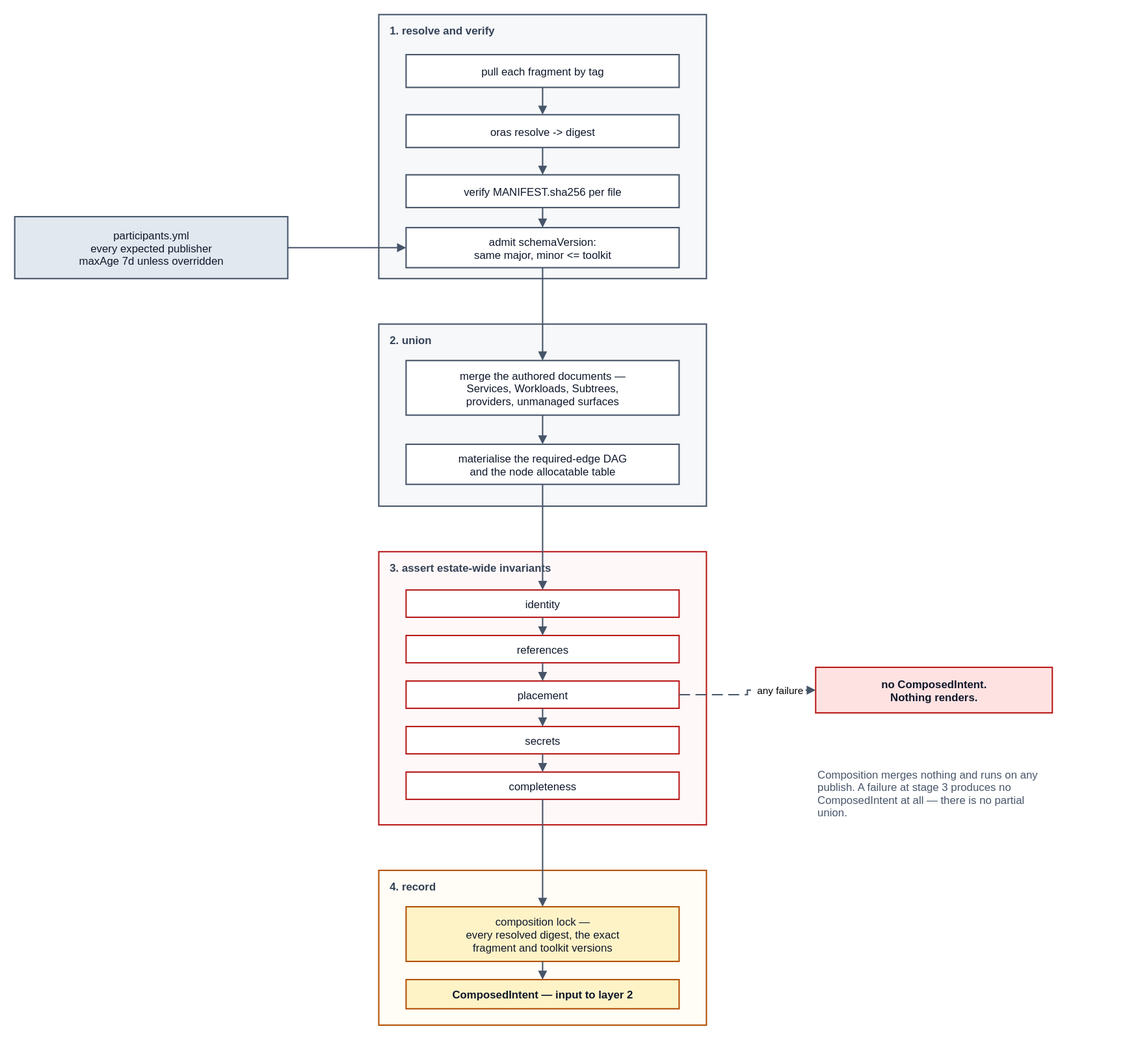
Before: spec/v1/diagrams/40-composition-run.drawio.svg, a diagram exported from draw.io (JorisJonkers-dev/deploy-kit). Source tidied: cells renumbered, new cells last; positions are measured from the earlier drawing's top-left corner, leaving out a move shared by most shapes. Source of this version:
```xml
<mxGraphModel>
  <root>
    <mxCell id="0" />
    <mxCell id="1" parent="0" />
    <mxCell id="2" value="1.  resolve and verify" style="rounded=0;whiteSpace=nowrap;html=0;fillColor=#f6f8fa;strokeColor=#475569;strokeWidth=1.5;verticalAlign=top;align=left;spacingLeft=10;spacingTop=4;fontStyle=1;fontSize=12;fontFamily=Helvetica;fontColor=#334155;" parent="1" vertex="1">
      <mxGeometry x="400" width="360" height="290" as="geometry" />
    </mxCell>
    <mxCell id="3" value="2.  union" style="rounded=0;whiteSpace=nowrap;html=0;fillColor=#f6f8fa;strokeColor=#475569;strokeWidth=1.5;verticalAlign=top;align=left;spacingLeft=10;spacingTop=4;fontStyle=1;fontSize=12;fontFamily=Helvetica;fontColor=#334155;" parent="1" vertex="1">
      <mxGeometry x="400" y="340" width="360" height="200" as="geometry" />
    </mxCell>
    <mxCell id="4" value="3.  assert estate-wide invariants" style="rounded=0;whiteSpace=nowrap;html=0;fillColor=#fff8f8;strokeColor=#b91c1c;strokeWidth=1.5;verticalAlign=top;align=left;spacingLeft=10;spacingTop=4;fontStyle=1;fontSize=12;fontFamily=Helvetica;fontColor=#334155;" parent="1" vertex="1">
      <mxGeometry x="400" y="590" width="360" height="300" as="geometry" />
    </mxCell>
    <mxCell id="5" value="4.  record" style="rounded=0;whiteSpace=nowrap;html=0;fillColor=#fffdf5;strokeColor=#b45309;strokeWidth=1.5;verticalAlign=top;align=left;spacingLeft=10;spacingTop=4;fontStyle=1;fontSize=12;fontFamily=Helvetica;fontColor=#334155;" parent="1" vertex="1">
      <mxGeometry x="400" y="940" width="360" height="170" as="geometry" />
    </mxCell>
    <mxCell id="6" value="pull each fragment by tag" style="rounded=0;whiteSpace=nowrap;html=0;align=center;verticalAlign=middle;fillColor=#ffffff;strokeColor=#475569;strokeWidth=1.5;fontFamily=Helvetica;fontSize=12;fontColor=#0f172a;" parent="1" vertex="1">
      <mxGeometry x="430" y="44" width="300" height="36" as="geometry" />
    </mxCell>
    <mxCell id="7" value="oras resolve  -&gt;  digest" style="rounded=0;whiteSpace=nowrap;html=0;align=center;verticalAlign=middle;fillColor=#ffffff;strokeColor=#475569;strokeWidth=1.5;fontFamily=Helvetica;fontSize=12;fontColor=#0f172a;" parent="1" vertex="1">
      <mxGeometry x="430" y="110" width="300" height="36" as="geometry" />
    </mxCell>
    <mxCell id="8" value="verify MANIFEST.sha256 per file" style="rounded=0;whiteSpace=nowrap;html=0;align=center;verticalAlign=middle;fillColor=#ffffff;strokeColor=#475569;strokeWidth=1.5;fontFamily=Helvetica;fontSize=12;fontColor=#0f172a;" parent="1" vertex="1">
      <mxGeometry x="430" y="176" width="300" height="36" as="geometry" />
    </mxCell>
    <mxCell id="9" value="admit schemaVersion:&#10;same major, minor &lt;= toolkit" style="rounded=0;whiteSpace=nowrap;html=0;align=center;verticalAlign=middle;fillColor=#ffffff;strokeColor=#475569;strokeWidth=1.5;fontFamily=Helvetica;fontSize=12;fontColor=#0f172a;" parent="1" vertex="1">
      <mxGeometry x="430" y="234" width="300" height="44" as="geometry" />
    </mxCell>
    <mxCell id="10" value="merge the authored documents  —&#10;Services, Workloads, Subtrees,&#10;providers, unmanaged surfaces" style="rounded=0;whiteSpace=nowrap;html=0;align=center;verticalAlign=middle;fillColor=#ffffff;strokeColor=#475569;strokeWidth=1.5;fontFamily=Helvetica;fontSize=12;fontColor=#0f172a;" parent="1" vertex="1">
      <mxGeometry x="430" y="380" width="300" height="60" as="geometry" />
    </mxCell>
    <mxCell id="11" value="materialise the required-edge DAG&#10;and the node allocatable table" style="rounded=0;whiteSpace=nowrap;html=0;align=center;verticalAlign=middle;fillColor=#ffffff;strokeColor=#475569;strokeWidth=1.5;fontFamily=Helvetica;fontSize=12;fontColor=#0f172a;" parent="1" vertex="1">
      <mxGeometry x="430" y="472" width="300" height="44" as="geometry" />
    </mxCell>
    <mxCell id="12" value="identity" style="rounded=0;whiteSpace=nowrap;html=0;align=center;verticalAlign=middle;fillColor=#ffffff;strokeColor=#b91c1c;strokeWidth=1.5;fontFamily=Helvetica;fontSize=12;fontColor=#0f172a;" parent="1" vertex="1">
      <mxGeometry x="430" y="632" width="300" height="30" as="geometry" />
    </mxCell>
    <mxCell id="13" value="references" style="rounded=0;whiteSpace=nowrap;html=0;align=center;verticalAlign=middle;fillColor=#ffffff;strokeColor=#b91c1c;strokeWidth=1.5;fontFamily=Helvetica;fontSize=12;fontColor=#0f172a;" parent="1" vertex="1">
      <mxGeometry x="430" y="682" width="300" height="30" as="geometry" />
    </mxCell>
    <mxCell id="14" value="placement" style="rounded=0;whiteSpace=nowrap;html=0;align=center;verticalAlign=middle;fillColor=#ffffff;strokeColor=#b91c1c;strokeWidth=1.5;fontFamily=Helvetica;fontSize=12;fontColor=#0f172a;" parent="1" vertex="1">
      <mxGeometry x="430" y="732" width="300" height="30" as="geometry" />
    </mxCell>
    <mxCell id="15" value="secrets" style="rounded=0;whiteSpace=nowrap;html=0;align=center;verticalAlign=middle;fillColor=#ffffff;strokeColor=#b91c1c;strokeWidth=1.5;fontFamily=Helvetica;fontSize=12;fontColor=#0f172a;" parent="1" vertex="1">
      <mxGeometry x="430" y="782" width="300" height="30" as="geometry" />
    </mxCell>
    <mxCell id="16" value="completeness" style="rounded=0;whiteSpace=nowrap;html=0;align=center;verticalAlign=middle;fillColor=#ffffff;strokeColor=#b91c1c;strokeWidth=1.5;fontFamily=Helvetica;fontSize=12;fontColor=#0f172a;" parent="1" vertex="1">
      <mxGeometry x="430" y="832" width="300" height="30" as="geometry" />
    </mxCell>
    <mxCell id="17" value="composition lock  —&#10;every resolved digest, the exact&#10;fragment and toolkit versions" style="rounded=0;whiteSpace=nowrap;html=0;align=center;verticalAlign=middle;fillColor=#fef3c7;strokeColor=#b45309;strokeWidth=1.5;fontFamily=Helvetica;fontSize=12;fontColor=#0f172a;" parent="1" vertex="1">
      <mxGeometry x="430" y="980" width="300" height="60" as="geometry" />
    </mxCell>
    <mxCell id="18" value="ComposedIntent  —  input to layer 2" style="rounded=0;whiteSpace=nowrap;html=0;align=center;verticalAlign=middle;fillColor=#fef3c7;strokeColor=#b45309;strokeWidth=1.5;fontFamily=Helvetica;fontSize=12;fontColor=#0f172a;fontStyle=1;" parent="1" vertex="1">
      <mxGeometry x="430" y="1060" width="300" height="32" as="geometry" />
    </mxCell>
    <mxCell id="19" value="participants.yml&#10;every expected publisher&#10;maxAge 7d unless overridden" style="rounded=0;whiteSpace=nowrap;html=0;align=center;verticalAlign=middle;fillColor=#e2e8f0;strokeColor=#475569;strokeWidth=1.5;fontFamily=Helvetica;fontSize=12;fontColor=#0f172a;" parent="1" vertex="1">
      <mxGeometry y="222" width="300" height="68" as="geometry" />
    </mxCell>
    <mxCell id="20" value="no ComposedIntent.&#10;Nothing renders." style="rounded=0;whiteSpace=nowrap;html=0;align=center;verticalAlign=middle;fillColor=#fee2e2;strokeColor=#b91c1c;strokeWidth=1.5;fontFamily=Helvetica;fontSize=12;fontColor=#0f172a;fontStyle=1;" parent="1" vertex="1">
      <mxGeometry x="880" y="717" width="260" height="50" as="geometry" />
    </mxCell>
    <mxCell id="21" style="edgeStyle=orthogonalEdgeStyle;rounded=0;html=0;jettySize=auto;jumpStyle=arc;jumpSize=8;endArrow=block;endFill=1;strokeColor=#475569;strokeWidth=1.5;fontSize=11;fontFamily=Helvetica;labelBackgroundColor=#ffffff;exitX=1;exitY=0.5;exitDx=0;exitDy=0;entryX=0;entryY=0.5;entryDx=0;entryDy=0;" parent="1" edge="1" source="19" target="9">
      <mxGeometry relative="1" as="geometry" />
    </mxCell>
    <mxCell id="22" style="edgeStyle=orthogonalEdgeStyle;rounded=0;html=0;jettySize=auto;jumpStyle=arc;jumpSize=8;endArrow=block;endFill=1;strokeColor=#475569;strokeWidth=1.5;fontSize=11;fontFamily=Helvetica;labelBackgroundColor=#ffffff;exitX=0.5;exitY=1;exitDx=0;exitDy=0;entryX=0.5;entryY=0;entryDx=0;entryDy=0;" parent="1" edge="1" source="6" target="7">
      <mxGeometry relative="1" as="geometry" />
    </mxCell>
    <mxCell id="23" style="edgeStyle=orthogonalEdgeStyle;rounded=0;html=0;jettySize=auto;jumpStyle=arc;jumpSize=8;endArrow=block;endFill=1;strokeColor=#475569;strokeWidth=1.5;fontSize=11;fontFamily=Helvetica;labelBackgroundColor=#ffffff;exitX=0.5;exitY=1;exitDx=0;exitDy=0;entryX=0.5;entryY=0;entryDx=0;entryDy=0;" parent="1" edge="1" source="7" target="8">
      <mxGeometry relative="1" as="geometry" />
    </mxCell>
    <mxCell id="24" style="edgeStyle=orthogonalEdgeStyle;rounded=0;html=0;jettySize=auto;jumpStyle=arc;jumpSize=8;endArrow=block;endFill=1;strokeColor=#475569;strokeWidth=1.5;fontSize=11;fontFamily=Helvetica;labelBackgroundColor=#ffffff;exitX=0.5;exitY=1;exitDx=0;exitDy=0;entryX=0.5;entryY=0;entryDx=0;entryDy=0;" parent="1" edge="1" source="8" target="9">
      <mxGeometry relative="1" as="geometry" />
    </mxCell>
    <mxCell id="25" style="edgeStyle=orthogonalEdgeStyle;rounded=0;html=0;jettySize=auto;jumpStyle=arc;jumpSize=8;endArrow=block;endFill=1;strokeColor=#475569;strokeWidth=1.5;fontSize=11;fontFamily=Helvetica;labelBackgroundColor=#ffffff;exitX=0.5;exitY=1;exitDx=0;exitDy=0;entryX=0.5;entryY=0;entryDx=0;entryDy=0;" parent="1" edge="1" source="9" target="10">
      <mxGeometry relative="1" as="geometry" />
    </mxCell>
    <mxCell id="26" style="edgeStyle=orthogonalEdgeStyle;rounded=0;html=0;jettySize=auto;jumpStyle=arc;jumpSize=8;endArrow=block;endFill=1;strokeColor=#475569;strokeWidth=1.5;fontSize=11;fontFamily=Helvetica;labelBackgroundColor=#ffffff;exitX=0.5;exitY=1;exitDx=0;exitDy=0;entryX=0.5;entryY=0;entryDx=0;entryDy=0;" parent="1" edge="1" source="10" target="11">
      <mxGeometry relative="1" as="geometry" />
    </mxCell>
    <mxCell id="27" style="edgeStyle=orthogonalEdgeStyle;rounded=0;html=0;jettySize=auto;jumpStyle=arc;jumpSize=8;endArrow=block;endFill=1;strokeColor=#475569;strokeWidth=1.5;fontSize=11;fontFamily=Helvetica;labelBackgroundColor=#ffffff;exitX=0.5;exitY=1;exitDx=0;exitDy=0;entryX=0.5;entryY=0;entryDx=0;entryDy=0;" parent="1" edge="1" source="11" target="12">
      <mxGeometry relative="1" as="geometry" />
    </mxCell>
    <mxCell id="28" style="edgeStyle=orthogonalEdgeStyle;rounded=0;html=0;jettySize=auto;jumpStyle=arc;jumpSize=8;endArrow=block;endFill=1;strokeColor=#475569;strokeWidth=1.5;fontSize=11;fontFamily=Helvetica;labelBackgroundColor=#ffffff;exitX=0.5;exitY=1;exitDx=0;exitDy=0;entryX=0.5;entryY=0;entryDx=0;entryDy=0;" parent="1" edge="1" source="12" target="13">
      <mxGeometry relative="1" as="geometry" />
    </mxCell>
    <mxCell id="29" style="edgeStyle=orthogonalEdgeStyle;rounded=0;html=0;jettySize=auto;jumpStyle=arc;jumpSize=8;endArrow=block;endFill=1;strokeColor=#475569;strokeWidth=1.5;fontSize=11;fontFamily=Helvetica;labelBackgroundColor=#ffffff;exitX=0.5;exitY=1;exitDx=0;exitDy=0;entryX=0.5;entryY=0;entryDx=0;entryDy=0;" parent="1" edge="1" source="13" target="14">
      <mxGeometry relative="1" as="geometry" />
    </mxCell>
    <mxCell id="30" style="edgeStyle=orthogonalEdgeStyle;rounded=0;html=0;jettySize=auto;jumpStyle=arc;jumpSize=8;endArrow=block;endFill=1;strokeColor=#475569;strokeWidth=1.5;fontSize=11;fontFamily=Helvetica;labelBackgroundColor=#ffffff;exitX=0.5;exitY=1;exitDx=0;exitDy=0;entryX=0.5;entryY=0;entryDx=0;entryDy=0;" parent="1" edge="1" source="14" target="15">
      <mxGeometry relative="1" as="geometry" />
    </mxCell>
    <mxCell id="31" style="edgeStyle=orthogonalEdgeStyle;rounded=0;html=0;jettySize=auto;jumpStyle=arc;jumpSize=8;endArrow=block;endFill=1;strokeColor=#475569;strokeWidth=1.5;fontSize=11;fontFamily=Helvetica;labelBackgroundColor=#ffffff;exitX=0.5;exitY=1;exitDx=0;exitDy=0;entryX=0.5;entryY=0;entryDx=0;entryDy=0;" parent="1" edge="1" source="15" target="16">
      <mxGeometry relative="1" as="geometry" />
    </mxCell>
    <mxCell id="32" style="edgeStyle=orthogonalEdgeStyle;rounded=0;html=0;jettySize=auto;jumpStyle=arc;jumpSize=8;endArrow=block;endFill=1;strokeColor=#475569;strokeWidth=1.5;fontSize=11;fontFamily=Helvetica;labelBackgroundColor=#ffffff;exitX=0.5;exitY=1;exitDx=0;exitDy=0;entryX=0.5;entryY=0;entryDx=0;entryDy=0;" parent="1" edge="1" source="16" target="17">
      <mxGeometry relative="1" as="geometry" />
    </mxCell>
    <mxCell id="33" style="edgeStyle=orthogonalEdgeStyle;rounded=0;html=0;jettySize=auto;jumpStyle=arc;jumpSize=8;endArrow=block;endFill=1;strokeColor=#475569;strokeWidth=1.5;fontSize=11;fontFamily=Helvetica;labelBackgroundColor=#ffffff;exitX=0.5;exitY=1;exitDx=0;exitDy=0;entryX=0.5;entryY=0;entryDx=0;entryDy=0;" parent="1" edge="1" source="17" target="18">
      <mxGeometry relative="1" as="geometry" />
    </mxCell>
    <mxCell id="34" value="any failure" style="edgeStyle=orthogonalEdgeStyle;rounded=0;html=0;jettySize=auto;jumpStyle=arc;jumpSize=8;endArrow=block;endFill=1;strokeColor=#475569;strokeWidth=1.5;fontSize=11;fontFamily=Helvetica;labelBackgroundColor=#ffffff;dashed=1;dashPattern=8 4;exitX=1;exitY=0.5;exitDx=0;exitDy=0;entryX=0;entryY=0.5;entryDx=0;entryDy=0;" parent="1" edge="1" source="14" target="20">
      <mxGeometry x="0.5" relative="1" as="geometry" />
    </mxCell>
    <mxCell id="35" value="Composition merges nothing and runs on any&#10;publish. A failure at stage 3 produces no&#10;ComposedIntent at all — there is no partial&#10;union." style="text;html=0;strokeColor=none;fillColor=none;align=left;verticalAlign=middle;fontFamily=Helvetica;fontSize=12;fontColor=#475569;" parent="1" vertex="1">
      <mxGeometry x="880" y="810" width="320" height="90" as="geometry" />
    </mxCell>
  </root>
</mxGraphModel>
```
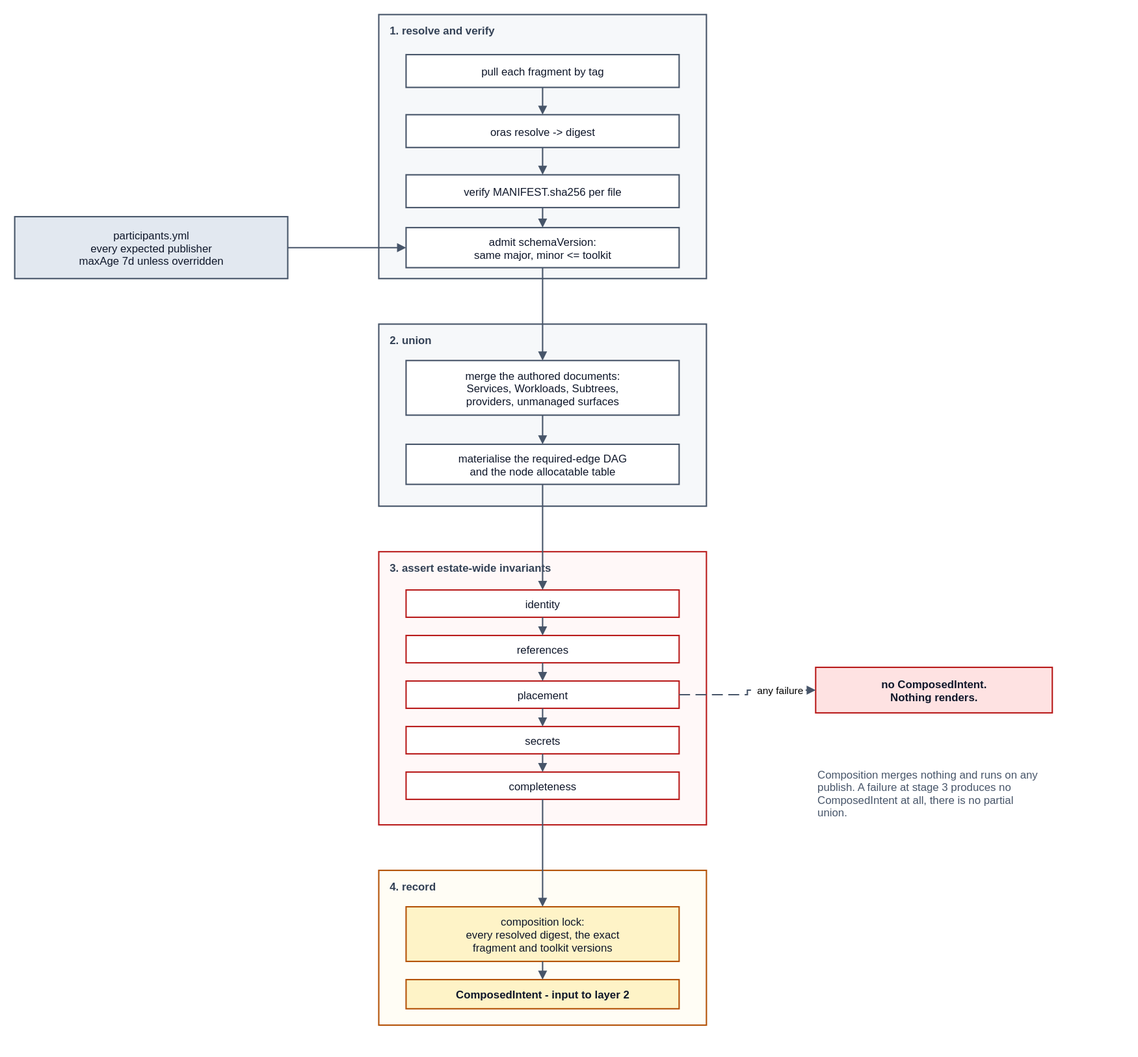
After the change.

The edit, as a diff of the source:
```diff
@@ -26,7 +26,7 @@
     <mxCell id="9" value="admit schemaVersion:&#10;same major, minor &lt;= toolkit" style="rounded=0;whiteSpace=nowrap;html=0;align=center;verticalAlign=middle;fillColor=#ffffff;strokeColor=#475569;strokeWidth=1.5;fontFamily=Helvetica;fontSize=12;fontColor=#0f172a;" parent="1" vertex="1">
       <mxGeometry x="430" y="234" width="300" height="44" as="geometry" />
     </mxCell>
-    <mxCell id="10" value="merge the authored documents  —&#10;Services, Workloads, Subtrees,&#10;providers, unmanaged surfaces" style="rounded=0;whiteSpace=nowrap;html=0;align=center;verticalAlign=middle;fillColor=#ffffff;strokeColor=#475569;strokeWidth=1.5;fontFamily=Helvetica;fontSize=12;fontColor=#0f172a;" parent="1" vertex="1">
+    <mxCell id="10" value="merge the authored documents:&#10;Services, Workloads, Subtrees,&#10;providers, unmanaged surfaces" style="rounded=0;whiteSpace=nowrap;html=0;align=center;verticalAlign=middle;fillColor=#ffffff;strokeColor=#475569;strokeWidth=1.5;fontFamily=Helvetica;fontSize=12;fontColor=#0f172a;" parent="1" vertex="1">
       <mxGeometry x="430" y="380" width="300" height="60" as="geometry" />
     </mxCell>
     <mxCell id="11" value="materialise the required-edge DAG&#10;and the node allocatable table" style="rounded=0;whiteSpace=nowrap;html=0;align=center;verticalAlign=middle;fillColor=#ffffff;strokeColor=#475569;strokeWidth=1.5;fontFamily=Helvetica;fontSize=12;fontColor=#0f172a;" parent="1" vertex="1">
@@ -47,10 +47,10 @@
     <mxCell id="16" value="completeness" style="rounded=0;whiteSpace=nowrap;html=0;align=center;verticalAlign=middle;fillColor=#ffffff;strokeColor=#b91c1c;strokeWidth=1.5;fontFamily=Helvetica;fontSize=12;fontColor=#0f172a;" parent="1" vertex="1">
       <mxGeometry x="430" y="832" width="300" height="30" as="geometry" />
     </mxCell>
-    <mxCell id="17" value="composition lock  —&#10;every resolved digest, the exact&#10;fragment and toolkit versions" style="rounded=0;whiteSpace=nowrap;html=0;align=center;verticalAlign=middle;fillColor=#fef3c7;strokeColor=#b45309;strokeWidth=1.5;fontFamily=Helvetica;fontSize=12;fontColor=#0f172a;" parent="1" vertex="1">
+    <mxCell id="17" value="composition lock:&#10;every resolved digest, the exact&#10;fragment and toolkit versions" style="rounded=0;whiteSpace=nowrap;html=0;align=center;verticalAlign=middle;fillColor=#fef3c7;strokeColor=#b45309;strokeWidth=1.5;fontFamily=Helvetica;fontSize=12;fontColor=#0f172a;" parent="1" vertex="1">
       <mxGeometry x="430" y="980" width="300" height="60" as="geometry" />
     </mxCell>
-    <mxCell id="18" value="ComposedIntent  —  input to layer 2" style="rounded=0;whiteSpace=nowrap;html=0;align=center;verticalAlign=middle;fillColor=#fef3c7;strokeColor=#b45309;strokeWidth=1.5;fontFamily=Helvetica;fontSize=12;fontColor=#0f172a;fontStyle=1;" parent="1" vertex="1">
+    <mxCell id="18" value="ComposedIntent - input to layer 2" style="rounded=0;whiteSpace=nowrap;html=0;align=center;verticalAlign=middle;fillColor=#fef3c7;strokeColor=#b45309;strokeWidth=1.5;fontFamily=Helvetica;fontSize=12;fontColor=#0f172a;fontStyle=1;" parent="1" vertex="1">
       <mxGeometry x="430" y="1060" width="300" height="32" as="geometry" />
     </mxCell>
     <mxCell id="19" value="participants.yml&#10;every expected publisher&#10;maxAge 7d unless overridden" style="rounded=0;whiteSpace=nowrap;html=0;align=center;verticalAlign=middle;fillColor=#e2e8f0;strokeColor=#475569;strokeWidth=1.5;fontFamily=Helvetica;fontSize=12;fontColor=#0f172a;" parent="1" vertex="1">
@@ -101,7 +101,7 @@
     <mxCell id="34" value="any failure" style="edgeStyle=orthogonalEdgeStyle;rounded=0;html=0;jettySize=auto;jumpStyle=arc;jumpSize=8;endArrow=block;endFill=1;strokeColor=#475569;strokeWidth=1.5;fontSize=11;fontFamily=Helvetica;labelBackgroundColor=#ffffff;dashed=1;dashPattern=8 4;exitX=1;exitY=0.5;exitDx=0;exitDy=0;entryX=0;entryY=0.5;entryDx=0;entryDy=0;" parent="1" edge="1" source="14" target="20">
       <mxGeometry x="0.5" relative="1" as="geometry" />
     </mxCell>
-    <mxCell id="35" value="Composition merges nothing and runs on any&#10;publish. A failure at stage 3 produces no&#10;ComposedIntent at all — there is no partial&#10;union." style="text;html=0;strokeColor=none;fillColor=none;align=left;verticalAlign=middle;fontFamily=Helvetica;fontSize=12;fontColor=#475569;" parent="1" vertex="1">
+    <mxCell id="35" value="Composition merges nothing and runs on any&#10;publish. A failure at stage 3 produces no&#10;ComposedIntent at all, there is no partial&#10;union." style="text;html=0;strokeColor=none;fillColor=none;align=left;verticalAlign=middle;fontFamily=Helvetica;fontSize=12;fontColor=#475569;" parent="1" vertex="1">
       <mxGeometry x="880" y="810" width="320" height="90" as="geometry" />
     </mxCell>
   </root>
```
